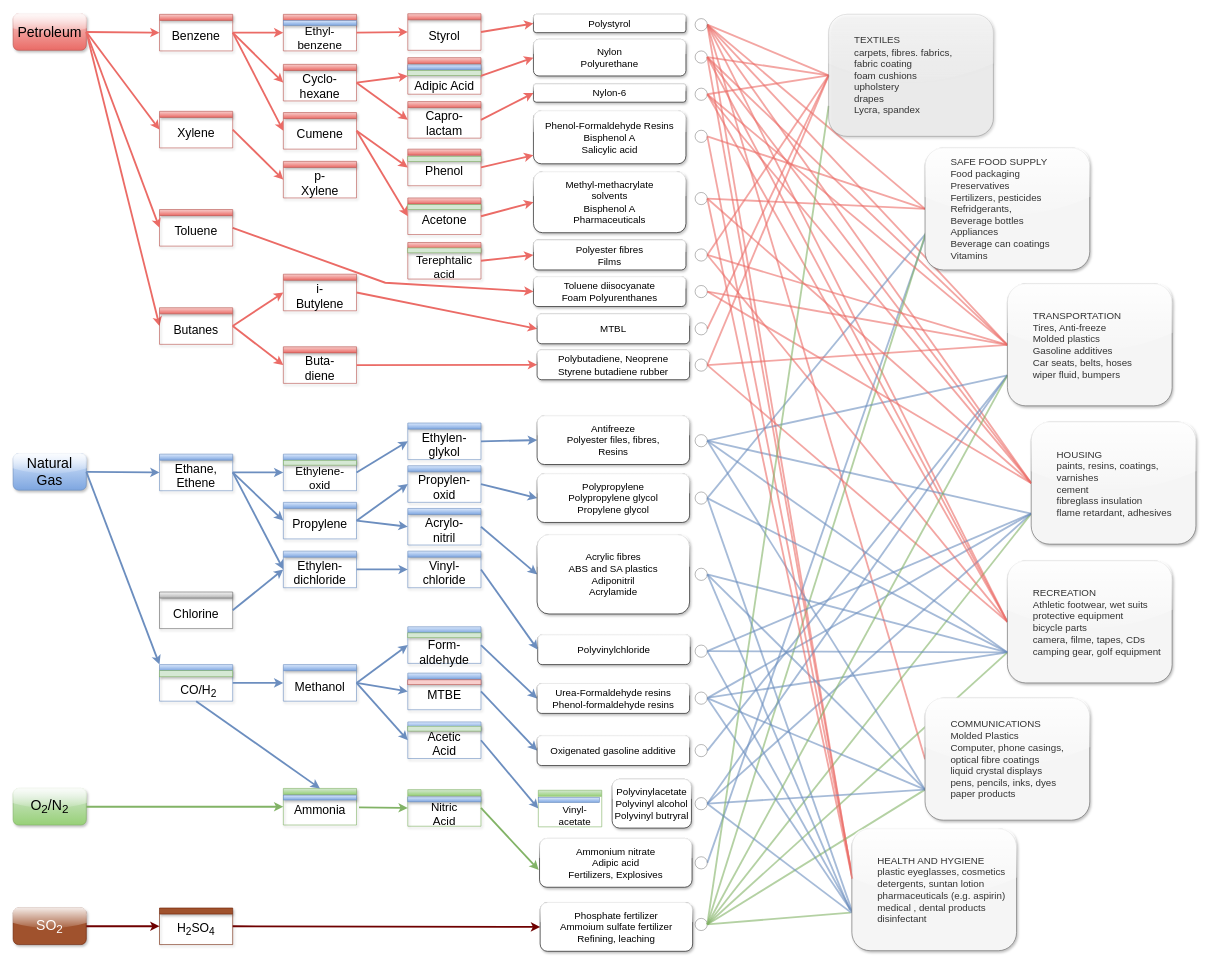
Before: chemicalValueChainV2.drawio in kay-squared/PyTorchLearn, a draw.io diagram. Source tidied: cells renumbered, new cells numbered last; positions are measured from the earlier drawing's top-left corner, leaving out a move shared by most shapes. Both pictures are drawn from the tidied source at 61%, with x=0, y=0 at pixel (13, 13).
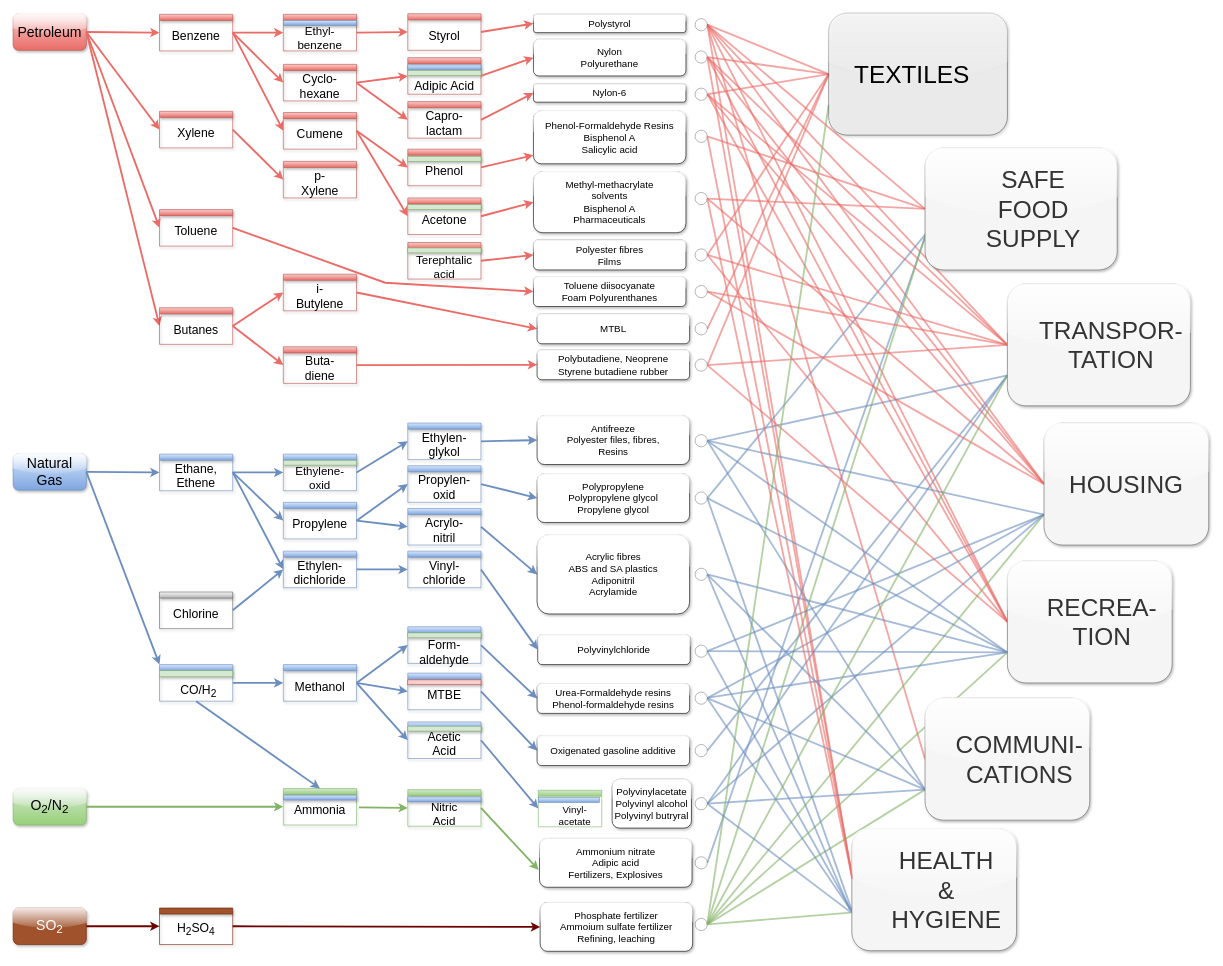
After the change.

What changed in the source:
```diff
@@
-    <mxCell id="215" value="&lt;blockquote style=&quot;margin: 0 0 0 40px; border: none; padding: 0px;&quot;&gt;TEXTILES&lt;br&gt;carpets, fibres. fabrics,&lt;br&gt; fabric coating&lt;br&gt;foam cushions&lt;br&gt;upholstery&lt;br&gt;drapes&lt;br&gt;Lycra, spandex&lt;/blockquote&gt;" style="rounded=1;whiteSpace=wrap;html=1;fontSize=16;align=left;opacity=60;fontFamily=Helvetica;fillColor=#f5f5f5;fontColor=#333333;strokeColor=#666666;glass=1;shadow=1;" parent="1" vertex="1">
-      <mxGeometry x="1337" y="1" width="270" height="200" as="geometry" />
+    <mxCell id="215" value="&lt;blockquote style=&quot;margin: 0 0 0 40px; border: none; padding: 0px;&quot;&gt;&lt;font style=&quot;font-size: 40px;&quot;&gt;TEXTILES&lt;/font&gt;&lt;/blockquote&gt;" style="rounded=1;whiteSpace=wrap;html=1;fontSize=16;align=left;opacity=60;fontFamily=Helvetica;glass=1;shadow=1;fillColor=#f5f5f5;" parent="1" vertex="1">
+      <mxGeometry x="1337" y="-1" width="293" height="200" as="geometry" />
     </mxCell>
-    <mxCell id="216" value="&lt;blockquote style=&quot;margin: 0 0 0 40px; border: none; padding: 0px;&quot;&gt;SAFE FOOD SUPPLY&lt;br&gt;Food packaging&lt;br&gt;Preservatives&lt;br&gt;Fertilizers, pesticides&lt;br&gt;Refridgerants,&lt;br&gt;Beverage bottles&lt;br&gt;Appliances&lt;br&gt;Beverage can coatings&lt;br&gt;Vitamins&lt;/blockquote&gt;" style="rounded=1;whiteSpace=wrap;html=1;fontSize=16;align=left;fontFamily=Helvetica;fillColor=#f5f5f5;fontColor=#333333;strokeColor=#666666;glass=1;shadow=1;" parent="1" vertex="1">
-      <mxGeometry x="1495" y="220" width="270" height="200" as="geometry" />
+    <mxCell id="216" value="&lt;blockquote style=&quot;margin: 0px 0px 0px 40px; border: none; padding: 0px; font-size: 40px;&quot;&gt;&lt;font style=&quot;font-size: 40px;&quot;&gt;SAFE&lt;/font&gt;&lt;/blockquote&gt;&lt;blockquote style=&quot;margin: 0px 0px 0px 40px; border: none; padding: 0px; font-size: 40px;&quot;&gt;&lt;font style=&quot;font-size: 40px;&quot;&gt;FOOD&lt;/font&gt;&lt;/blockquote&gt;&lt;blockquote style=&quot;margin: 0px 0px 0px 40px; border: none; padding: 0px; font-size: 40px;&quot;&gt;&lt;font style=&quot;font-size: 40px;&quot;&gt;SUPPLY&lt;/font&gt;&lt;/blockquote&gt;" style="rounded=1;whiteSpace=wrap;html=1;fontSize=16;align=center;fontFamily=Helvetica;fillColor=#f5f5f5;fontColor=#333333;strokeColor=#666666;glass=1;shadow=1;" parent="1" vertex="1">
+      <mxGeometry x="1495" y="220" width="315" height="200" as="geometry" />
     </mxCell>
-    <mxCell id="217" value="&lt;blockquote style=&quot;margin: 0 0 0 40px; border: none; padding: 0px;&quot;&gt;TRANSPORTATION&lt;br&gt;Tires, Anti-freeze&lt;br&gt;Molded plastics&lt;br&gt;Gasoline additives&lt;br&gt;Car seats, belts, hoses&lt;br&gt;wiper fluid, bumpers&lt;/blockquote&gt;" style="rounded=1;whiteSpace=wrap;html=1;fontSize=16;align=left;fontFamily=Helvetica;fillColor=#f5f5f5;fontColor=#333333;strokeColor=#666666;glass=1;shadow=1;" parent="1" vertex="1">
-      <mxGeometry x="1630" y="442.8" width="270" height="200" as="geometry" />
+    <mxCell id="217" value="&lt;blockquote style=&quot;margin: 0 0 0 40px; border: none; padding: 0px;&quot;&gt;&lt;font style=&quot;font-size: 40px;&quot;&gt;TRANSPOR-TATION&lt;/font&gt;&lt;/blockquote&gt;" style="rounded=1;whiteSpace=wrap;html=1;fontSize=16;align=center;fontFamily=Helvetica;fillColor=#f5f5f5;fontColor=#333333;strokeColor=#666666;glass=1;shadow=1;" parent="1" vertex="1">
+      <mxGeometry x="1630" y="442.8" width="300" height="200" as="geometry" />
     </mxCell>
-    <mxCell id="218" value="&lt;blockquote style=&quot;margin: 0 0 0 40px; border: none; padding: 0px;&quot;&gt;HOUSING&lt;br&gt;paints, resins, coatings, varnishes&lt;br&gt;cement&lt;br&gt;fibreglass insulation&lt;br&gt;flame retardant, adhesives&lt;/blockquote&gt;" style="rounded=1;whiteSpace=wrap;html=1;fontSize=16;align=left;fontFamily=Helvetica;fillColor=#f5f5f5;fontColor=#333333;strokeColor=#666666;glass=1;shadow=1;" parent="1" vertex="1">
-      <mxGeometry x="1669" y="669.5" width="270" height="200" as="geometry" />
+    <mxCell id="218" value="&lt;font style=&quot;font-size: 40px;&quot;&gt;HOUSING&lt;/font&gt;" style="rounded=1;whiteSpace=wrap;html=1;fontSize=16;align=center;fontFamily=Helvetica;fillColor=#f5f5f5;fontColor=#333333;strokeColor=#666666;glass=1;shadow=1;" parent="1" vertex="1">
+      <mxGeometry x="1690" y="671" width="270" height="200" as="geometry" />
     </mxCell>
-    <mxCell id="219" value="&lt;blockquote style=&quot;margin: 0 0 0 40px; border: none; padding: 0px;&quot;&gt;RECREATION&lt;br&gt;Athletic footwear, wet suits&lt;br&gt;protective equipment&lt;br&gt;bicycle parts&lt;br&gt;camera, filme, tapes, CDs&lt;br&gt;camping gear, golf equipment&lt;/blockquote&gt;" style="rounded=1;whiteSpace=wrap;html=1;fontSize=16;align=left;fontFamily=Helvetica;fillColor=#f5f5f5;fontColor=#333333;strokeColor=#666666;glass=1;shadow=1;" parent="1" vertex="1">
+    <mxCell id="219" value="&lt;blockquote style=&quot;margin: 0 0 0 40px; border: none; padding: 0px;&quot;&gt;&lt;font style=&quot;font-size: 40px;&quot;&gt;RECREA-TION&lt;/font&gt;&lt;/blockquote&gt;" style="rounded=1;whiteSpace=wrap;html=1;fontSize=16;align=center;fontFamily=Helvetica;fillColor=#f5f5f5;fontColor=#333333;strokeColor=#666666;glass=1;shadow=1;" parent="1" vertex="1">
       <mxGeometry x="1630" y="897" width="270" height="200" as="geometry" />
     </mxCell>
-    <mxCell id="220" value="&lt;blockquote style=&quot;margin: 0 0 0 40px; border: none; padding: 0px;&quot;&gt;&lt;div style=&quot;text-align: justify;&quot;&gt;&lt;span style=&quot;background-color: initial;&quot;&gt;HEALTH AND HYGIENE&lt;/span&gt;&lt;/div&gt;&lt;div style=&quot;text-align: justify;&quot;&gt;&lt;span style=&quot;background-color: initial;&quot;&gt;plastic eyeglasses, cosmetics&lt;/span&gt;&lt;/div&gt;&lt;div style=&quot;text-align: justify;&quot;&gt;&lt;span style=&quot;background-color: initial;&quot;&gt;detergents, suntan lotion&lt;/span&gt;&lt;/div&gt;&lt;div style=&quot;text-align: justify;&quot;&gt;&lt;span style=&quot;background-color: initial;&quot;&gt;pharmaceuticals (e.g. aspirin)&lt;/span&gt;&lt;/div&gt;&lt;div style=&quot;text-align: justify;&quot;&gt;&lt;span style=&quot;background-color: initial;&quot;&gt;medical , dental products&lt;/span&gt;&lt;/div&gt;&lt;div style=&quot;text-align: justify;&quot;&gt;&lt;span style=&quot;background-color: initial;&quot;&gt;disinfectant&lt;/span&gt;&lt;/div&gt;&lt;/blockquote&gt;" style="rounded=1;whiteSpace=wrap;html=1;fontSize=16;align=left;fontFamily=Helvetica;fillColor=#f5f5f5;fontColor=#333333;strokeColor=#666666;glass=1;shadow=1;" parent="1" vertex="1">
+    <mxCell id="220" value="&lt;blockquote style=&quot;margin: 0px 0px 0px 40px; border: none; padding: 0px; font-size: 40px;&quot;&gt;&lt;div style=&quot;&quot;&gt;HEALTH&lt;/div&gt;&lt;div style=&quot;&quot;&gt;&amp;amp;&lt;/div&gt;&lt;div style=&quot;&quot;&gt;HYGIENE&lt;/div&gt;&lt;/blockquote&gt;" style="rounded=1;whiteSpace=wrap;html=1;fontSize=16;align=center;fontFamily=Helvetica;fillColor=#f5f5f5;fontColor=#333333;strokeColor=#666666;glass=1;shadow=1;" parent="1" vertex="1">
       <mxGeometry x="1375" y="1336" width="270" height="200" as="geometry" />
     </mxCell>
@@
-    <mxCell id="224" value="&lt;blockquote style=&quot;margin: 0 0 0 40px; border: none; padding: 0px;&quot;&gt;COMMUNICATIONS&lt;br&gt;Molded Plastics&lt;br&gt;Computer, phone casings,&lt;br&gt;optical fibre coatings&lt;br&gt;liquid crystal displays&lt;br&gt;pens, pencils, inks, dyes&lt;br&gt;paper products&lt;/blockquote&gt;" style="rounded=1;whiteSpace=wrap;html=1;fontSize=16;align=left;fontFamily=Helvetica;fillColor=#f5f5f5;fontColor=#333333;strokeColor=#666666;glass=1;shadow=1;" parent="1" vertex="1">
+    <mxCell id="224" value="&lt;blockquote style=&quot;margin: 0 0 0 40px; border: none; padding: 0px;&quot;&gt;&lt;font style=&quot;font-size: 40px;&quot;&gt;COMMUNI-CATIONS&lt;/font&gt;&lt;/blockquote&gt;" style="rounded=1;whiteSpace=wrap;html=1;fontSize=16;align=center;fontFamily=Helvetica;fillColor=#f5f5f5;fontColor=#333333;strokeColor=#666666;glass=1;shadow=1;" parent="1" vertex="1">
       <mxGeometry x="1495" y="1122" width="270" height="200" as="geometry" />
     </mxCell>
```
